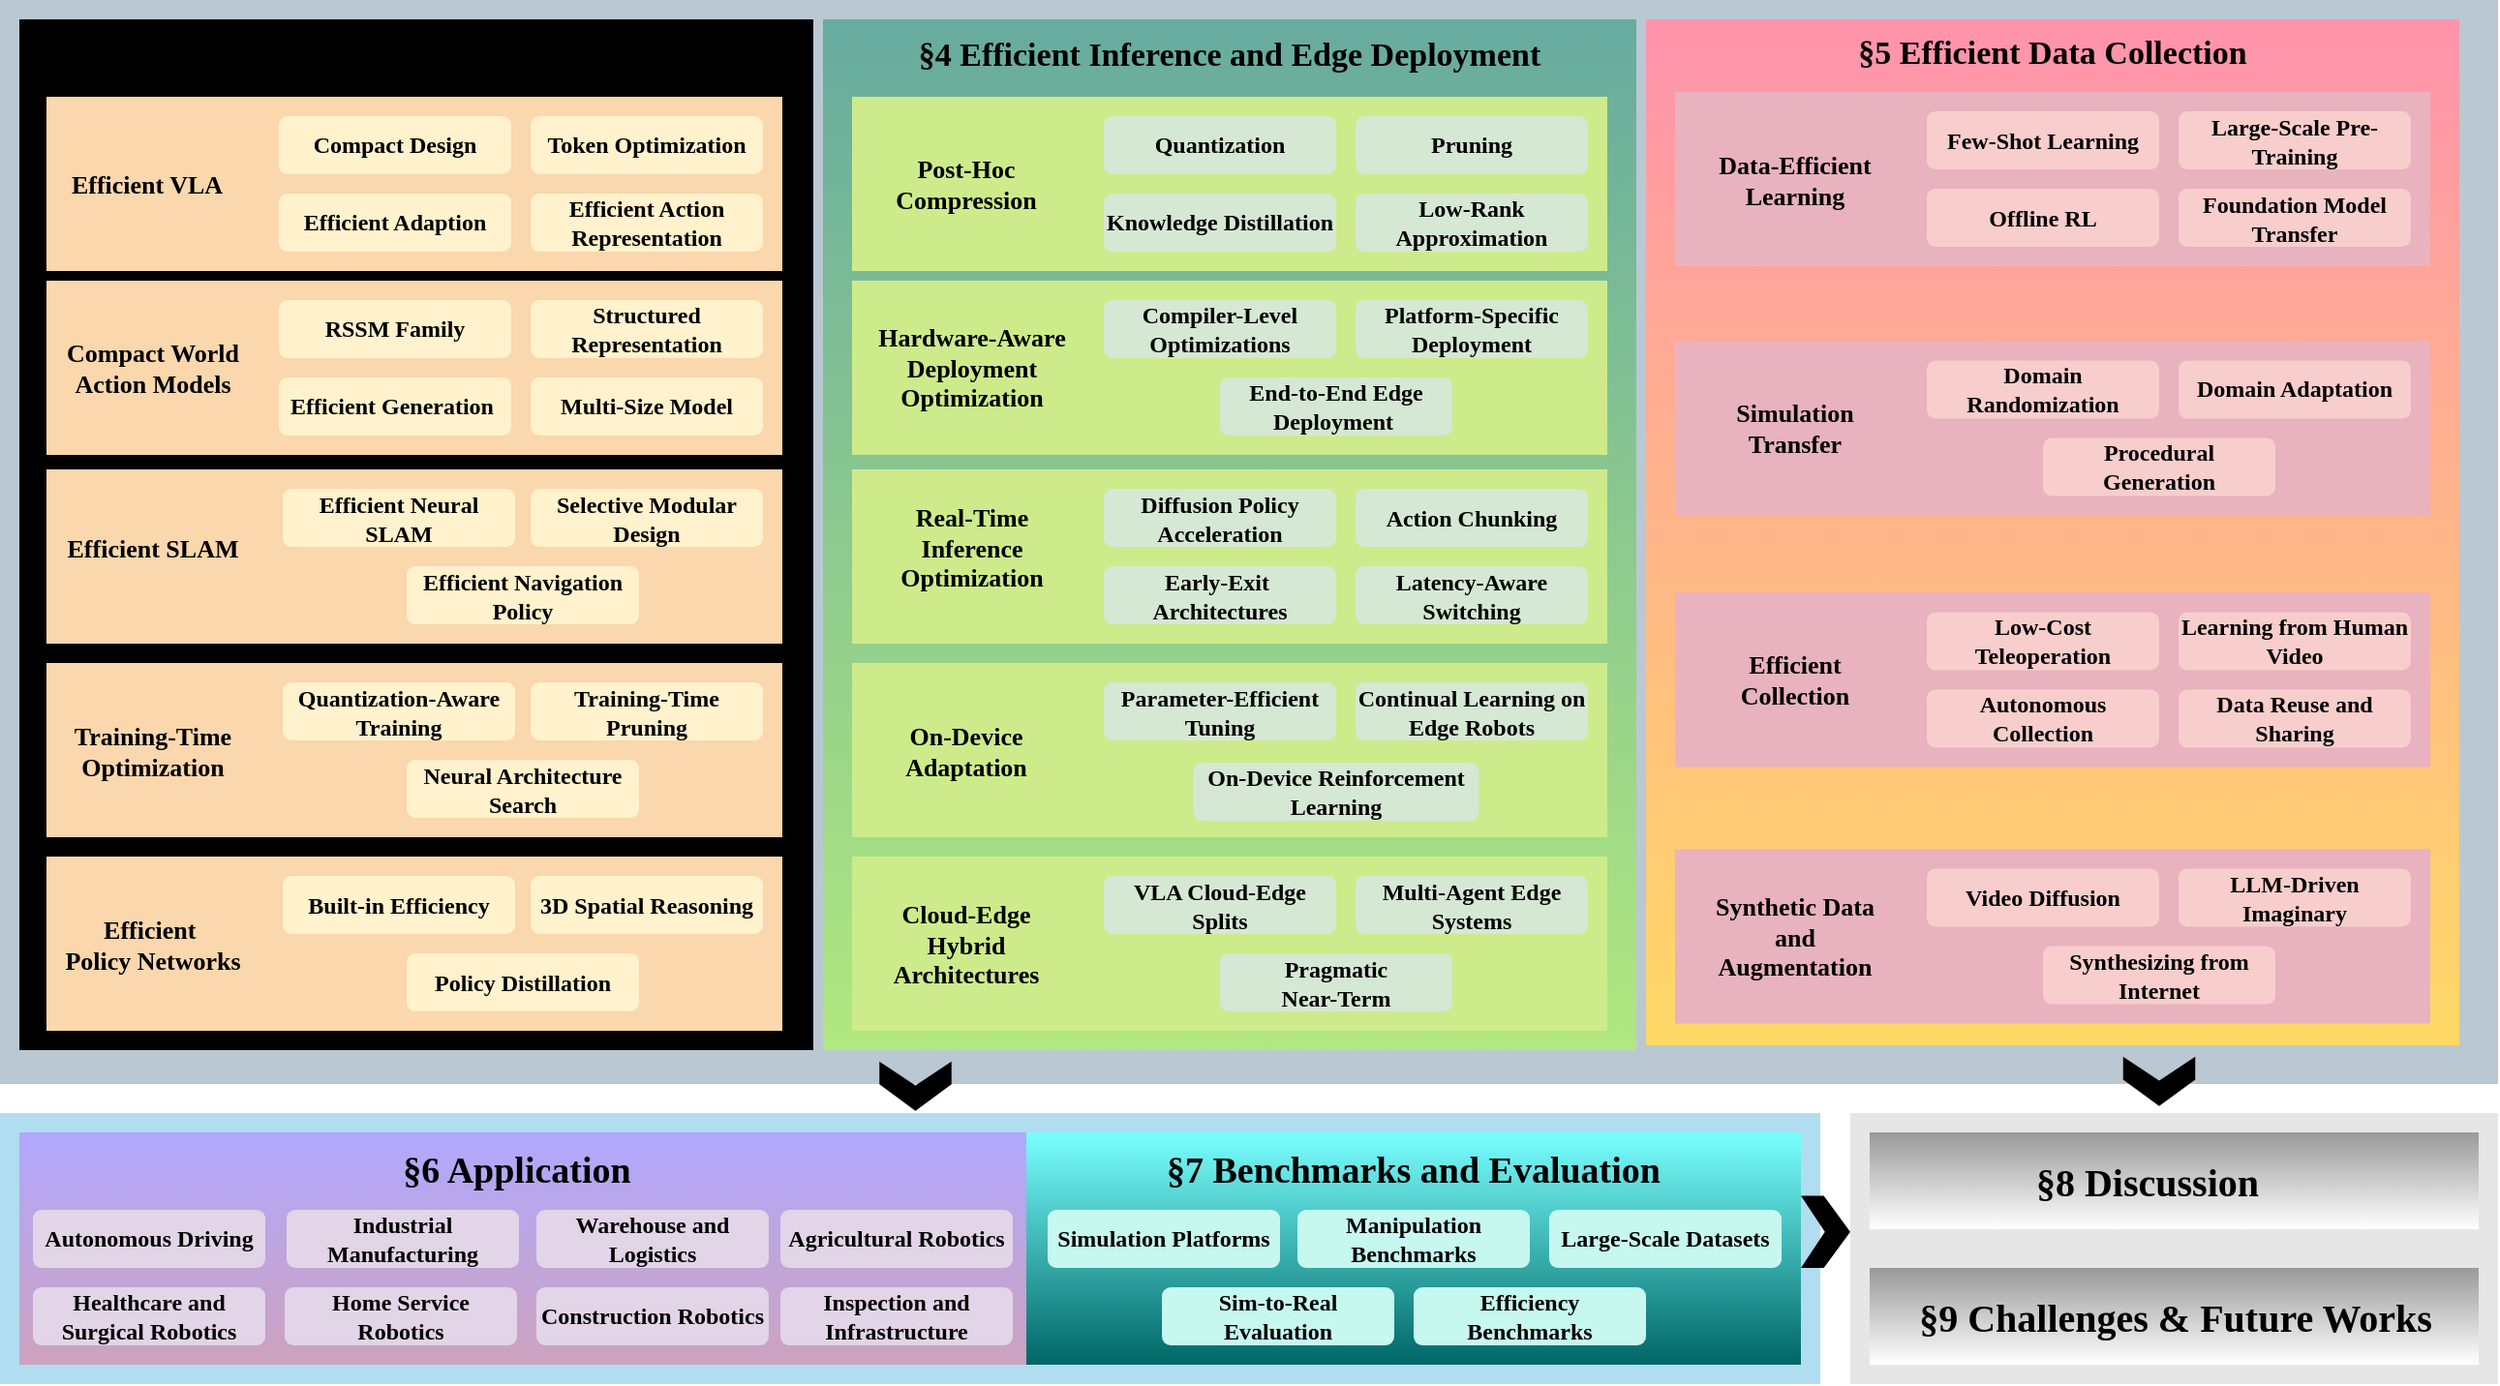
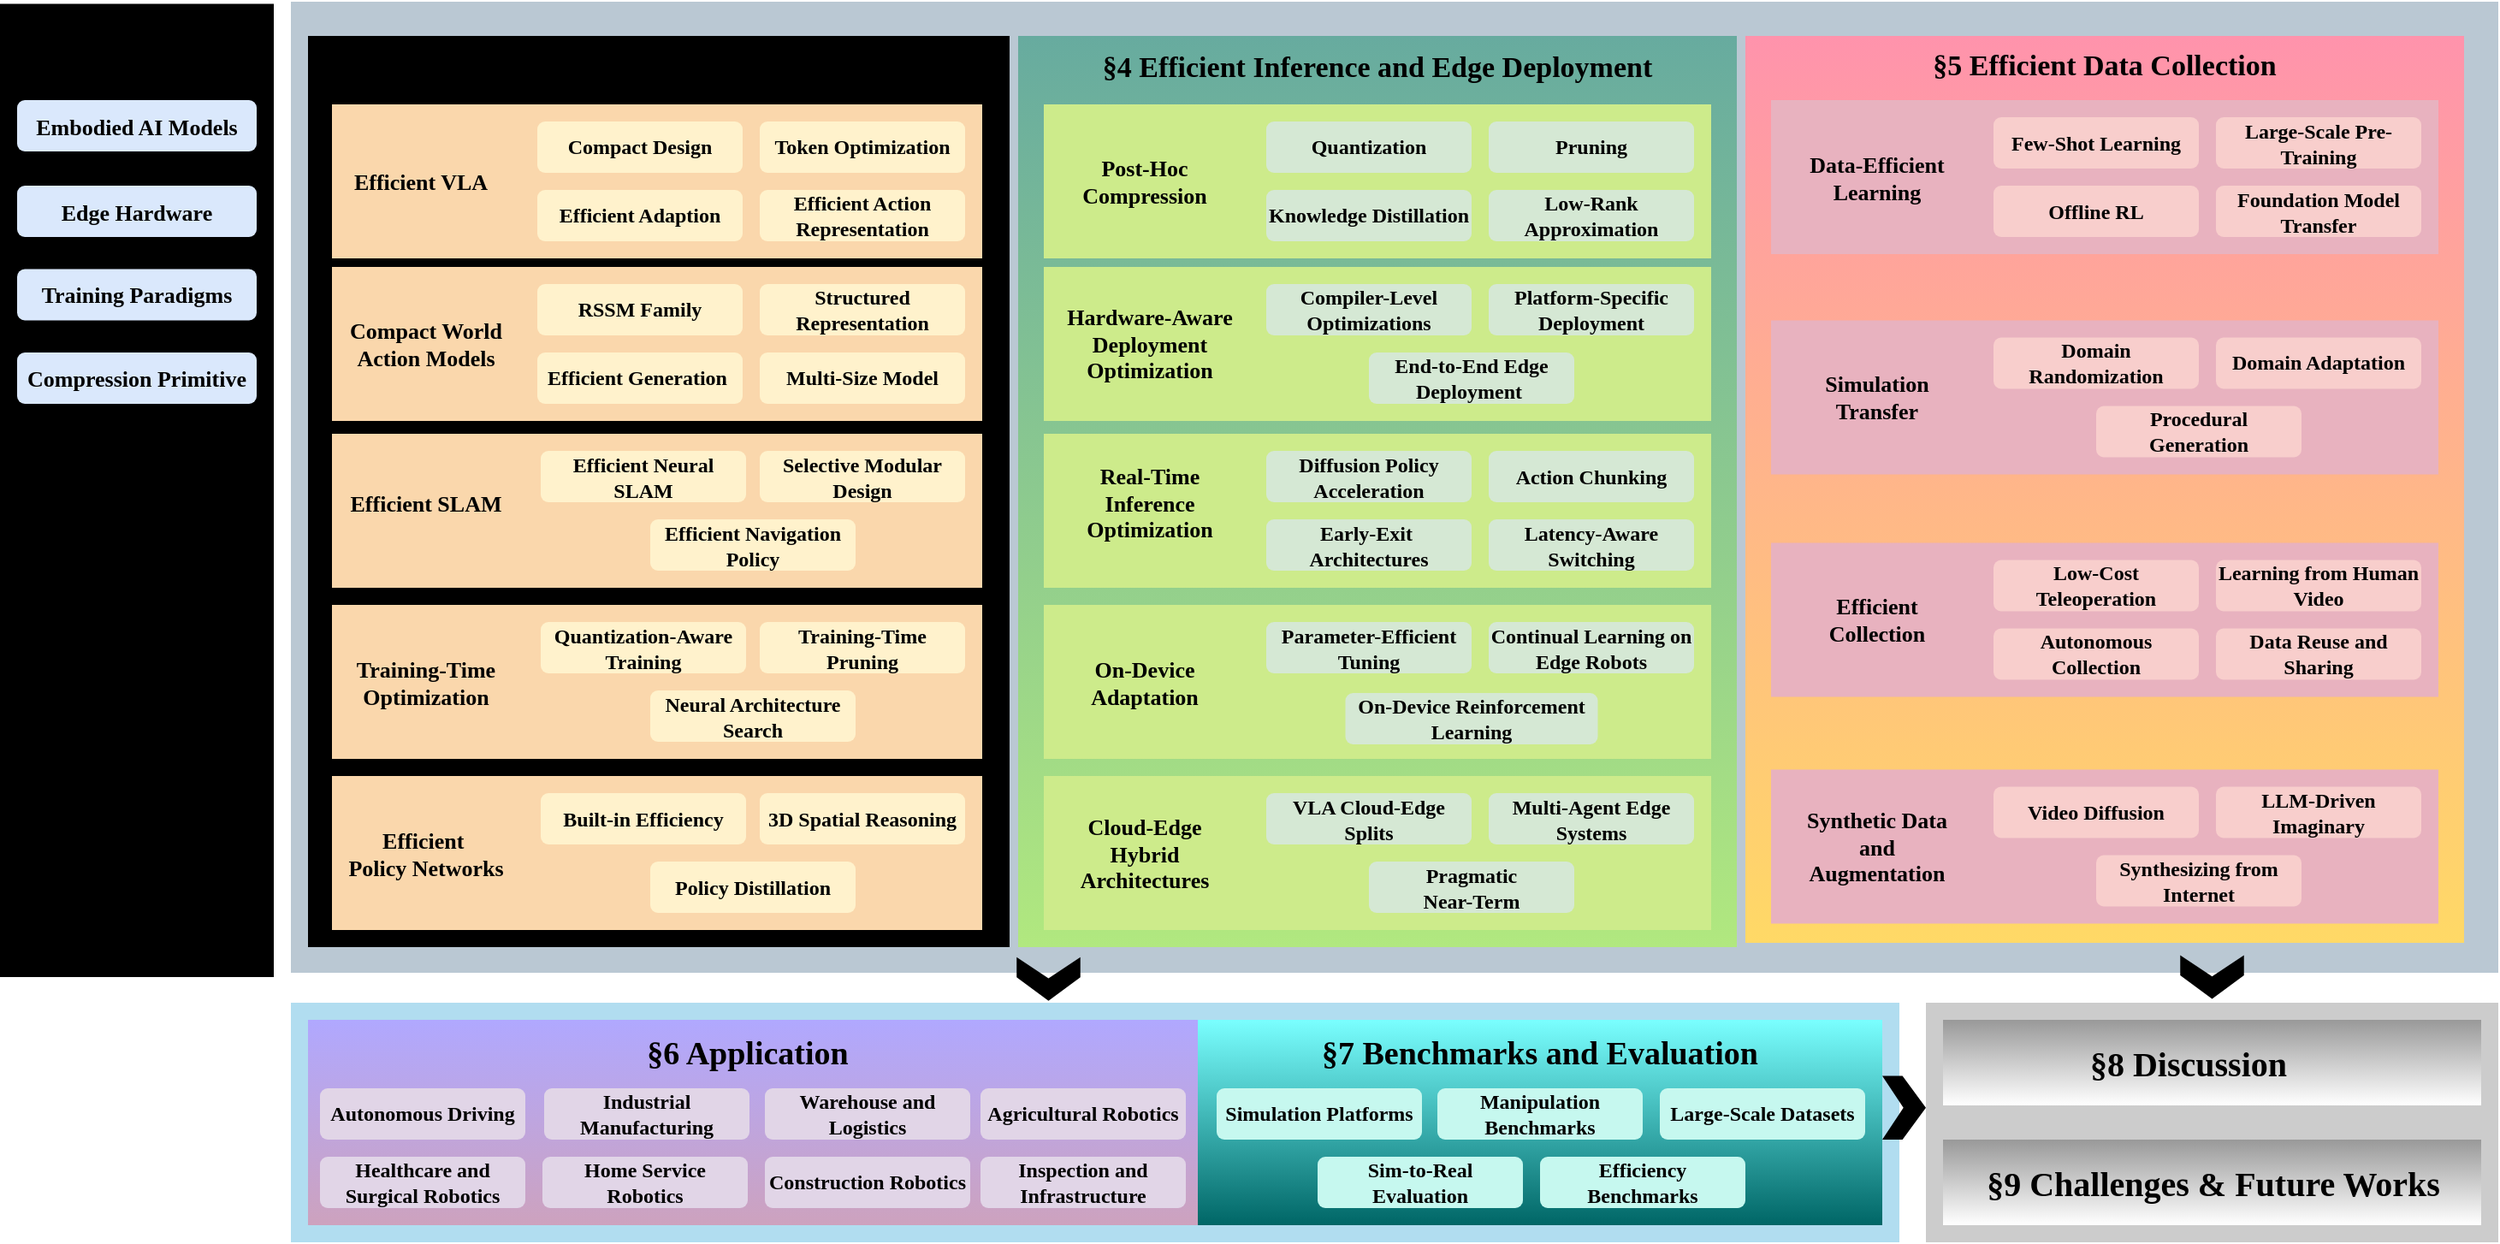
<mxfile host="app.diagrams.net">
  <diagram name="第 1 页" id="xv9Lnx2gyYwYQaEzt8dN">
-     <mxGraphModel dx="3199" dy="1212" grid="1" gridSize="10" guides="1" tooltips="1" connect="1" arrows="1" fold="1" page="1" pageScale="1" pageWidth="827" pageHeight="1169" math="0" shadow="0">
+     <mxGraphModel dx="3030" dy="1126" grid="1" gridSize="10" guides="1" tooltips="1" connect="1" arrows="1" fold="1" page="1" pageScale="1" pageWidth="827" pageHeight="1169" math="0" shadow="0">
      <root>
        <mxCell id="0" />
        <mxCell id="1" parent="0" />
-         <mxCell id="HWx69ffex-x17Lno-qGl-256" parent="1" style="rounded=0;whiteSpace=wrap;html=1;strokeColor=none;strokeWidth=3;align=center;verticalAlign=middle;fontFamily=Helvetica;fontSize=12;fillColor=#E6E6E6;dashed=1;gradientColor=none;" value="" vertex="1">
+         <mxCell id="HWx69ffex-x17Lno-qGl-256" parent="1" style="rounded=0;whiteSpace=wrap;html=1;strokeColor=none;strokeWidth=3;align=center;verticalAlign=middle;fontFamily=Helvetica;fontSize=12;fillColor=#CCCCCC;dashed=1;" value="" vertex="1">
          <mxGeometry height="140" width="334.5" x="805.5" y="765" as="geometry" />
        </mxCell>
        <mxCell id="HWx69ffex-x17Lno-qGl-253" parent="1" style="rounded=0;whiteSpace=wrap;html=1;strokeWidth=3;align=center;verticalAlign=middle;fontFamily=Helvetica;fontSize=12;dashed=1;fillColor=#b1ddf0;strokeColor=none;" value="" vertex="1">
          <mxGeometry height="140" width="940" x="-150" y="765" as="geometry" />
        </mxCell>
        <mxCell id="HWx69ffex-x17Lno-qGl-250" parent="1" style="rounded=0;whiteSpace=wrap;html=1;strokeColor=none;strokeWidth=3;align=center;verticalAlign=middle;fontFamily=Helvetica;fontSize=12;fillColor=#bac8d3;dashed=1;" value="" vertex="1">
-           <mxGeometry height="560" width="1290" x="-150" y="190" as="geometry" />
+           <mxGeometry height="567.5" width="1290" x="-150" y="180" as="geometry" />
        </mxCell>
        <mxCell id="HWx69ffex-x17Lno-qGl-84" parent="1" style="rounded=0;whiteSpace=wrap;html=1;strokeWidth=4;container=0;fillColor=#999999;gradientColor=#FFFFFF;strokeColor=none;" value="" vertex="1">
          <mxGeometry height="50" width="314.5" x="815.5" y="775" as="geometry" />
        </mxCell>
        <mxCell id="HWx69ffex-x17Lno-qGl-78" parent="1" style="rounded=0;whiteSpace=wrap;html=1;strokeWidth=4;container=0;fillColor=#7AFFFF;gradientColor=#006666;strokeColor=none;" value="" vertex="1">
          <mxGeometry height="120" width="400" x="380" y="775" as="geometry" />
        </mxCell>
        <mxCell id="HWx69ffex-x17Lno-qGl-71" parent="1" style="rounded=0;whiteSpace=wrap;html=1;strokeWidth=4;container=0;fillColor=#B0A8FF;gradientColor=#CDA2BE;strokeColor=none;" value="" vertex="1">
          <mxGeometry height="120" width="520" x="-140" y="775" as="geometry" />
        </mxCell>
        <mxCell id="HWx69ffex-x17Lno-qGl-58" parent="1" style="rounded=0;whiteSpace=wrap;html=1;strokeWidth=4;container=0;fillColor=#FF93AC;gradientColor=#FFD966;strokeColor=none;" value="" vertex="1">
          <mxGeometry height="530" width="420" x="700" y="200" as="geometry" />
        </mxCell>
        <mxCell id="HWx69ffex-x17Lno-qGl-20" parent="1" style="rounded=0;whiteSpace=wrap;html=1;strokeWidth=4;container=0;fillColor=#67AB9F;gradientColor=#B1E87F;strokeColor=none;" value="" vertex="1">
          <mxGeometry height="532.5" width="420" x="275" y="200" as="geometry" />
        </mxCell>
        <mxCell id="mN9CjeCU7Y2PogCVv73L-14" parent="1" style="text;html=1;whiteSpace=wrap;strokeColor=none;fillColor=none;align=center;verticalAlign=middle;rounded=0;" value="&lt;font style=&quot;font-size: 19px;&quot; face=&quot;Comic Sans MS&quot;&gt;&lt;b style=&quot;&quot;&gt;§6 Application&lt;/b&gt;&lt;/font&gt;" vertex="1">
          <mxGeometry height="20" width="260" x="-13" y="785" as="geometry" />
        </mxCell>
        <mxCell id="mN9CjeCU7Y2PogCVv73L-15" parent="1" style="text;html=1;whiteSpace=wrap;strokeColor=none;fillColor=none;align=center;verticalAlign=middle;rounded=0;" value="&lt;font style=&quot;font-size: 19px;&quot; face=&quot;Comic Sans MS&quot;&gt;&lt;b style=&quot;&quot;&gt;§7 Benchmarks and Evaluation&lt;/b&gt;&lt;/font&gt;" vertex="1">
          <mxGeometry height="20" width="300" x="430" y="785" as="geometry" />
        </mxCell>
        <mxCell id="mN9CjeCU7Y2PogCVv73L-17" parent="1" style="text;html=1;whiteSpace=wrap;strokeColor=none;fillColor=none;align=center;verticalAlign=middle;rounded=0;" value="&lt;font style=&quot;font-size: 20px;&quot; face=&quot;Comic Sans MS&quot;&gt;&lt;b style=&quot;&quot;&gt;§8 Discussion&lt;/b&gt;&lt;/font&gt;" vertex="1">
          <mxGeometry height="20" width="260" x="829" y="790" as="geometry" />
        </mxCell>
        <mxCell id="P4z1W6zyqtdSm3awDH87-90" parent="1" style="rounded=0;whiteSpace=wrap;html=1;strokeWidth=3;fillColor=#cdeb8b;strokeColor=none;" value="" vertex="1">
          <mxGeometry height="90" width="390" x="290" y="240" as="geometry" />
        </mxCell>
        <mxCell id="P4z1W6zyqtdSm3awDH87-91" edge="1" parent="1" style="endArrow=none;html=1;rounded=0;strokeWidth=3;entryX=0.289;entryY=0.995;entryDx=0;entryDy=0;entryPerimeter=0;strokeColor=none;" value="">
          <mxGeometry height="50" relative="1" width="50" as="geometry">
            <mxPoint x="410.17999999999995" y="240.45" as="sourcePoint" />
            <mxPoint x="409.9999999999999" y="330.00000000000006" as="targetPoint" />
          </mxGeometry>
        </mxCell>
        <mxCell id="P4z1W6zyqtdSm3awDH87-11" parent="1" style="rounded=0;whiteSpace=wrap;html=1;strokeWidth=4;container=0;fillColor=light-dark(#e0ae0b, #6a3f00);gradientColor=light-dark(#EA6B66,#B07303);strokeColor=none;" value="" vertex="1">
          <mxGeometry height="532.5" width="410" x="-140" y="200" as="geometry" />
        </mxCell>
        <mxCell id="P4z1W6zyqtdSm3awDH87-29" parent="1" style="rounded=0;whiteSpace=wrap;html=1;strokeWidth=3;container=0;fillColor=#fad7ac;strokeColor=none;" value="" vertex="1">
          <mxGeometry height="90" width="380" x="-126" y="240" as="geometry" />
        </mxCell>
        <mxCell id="mN9CjeCU7Y2PogCVv73L-10" parent="1" style="text;html=1;whiteSpace=wrap;strokeColor=none;fillColor=none;align=center;verticalAlign=middle;rounded=0;container=0;" value="&lt;font style=&quot;font-size: 17px;&quot; face=&quot;Comic Sans MS&quot;&gt;&lt;b style=&quot;&quot;&gt;§3 Efficient Model Design&lt;/b&gt;&lt;/font&gt;" vertex="1">
          <mxGeometry height="20" width="240" x="-50" y="210" as="geometry" />
        </mxCell>
        <mxCell id="mN9CjeCU7Y2PogCVv73L-22" parent="1" style="rounded=1;whiteSpace=wrap;html=1;strokeWidth=2;container=0;fillColor=#fff2cc;strokeColor=none;" value="&lt;b&gt;&lt;font face=&quot;Comic Sans MS&quot;&gt;Compact Design&lt;/font&gt;&lt;/b&gt;" vertex="1">
          <mxGeometry height="30" width="120" x="-6" y="250" as="geometry" />
        </mxCell>
        <mxCell id="mN9CjeCU7Y2PogCVv73L-23" parent="1" style="rounded=1;whiteSpace=wrap;html=1;strokeWidth=2;container=0;fillColor=#fff2cc;strokeColor=none;" value="&lt;b&gt;&lt;font face=&quot;Comic Sans MS&quot;&gt;Efficient Adaption&lt;/font&gt;&lt;/b&gt;" vertex="1">
          <mxGeometry height="30" width="120" x="-6" y="290" as="geometry" />
        </mxCell>
        <mxCell id="mN9CjeCU7Y2PogCVv73L-24" parent="1" style="rounded=1;whiteSpace=wrap;html=1;strokeWidth=2;container=0;fillColor=#fff2cc;strokeColor=none;" value="&lt;font face=&quot;Comic Sans MS&quot;&gt;&lt;b&gt;Efficient Action Representation&lt;/b&gt;&lt;/font&gt;" vertex="1">
          <mxGeometry height="30" width="120" x="124" y="290" as="geometry" />
        </mxCell>
        <mxCell id="mN9CjeCU7Y2PogCVv73L-26" parent="1" style="rounded=1;whiteSpace=wrap;html=1;strokeWidth=2;container=0;fillColor=#fff2cc;strokeColor=none;" value="&lt;b&gt;&lt;font face=&quot;Comic Sans MS&quot;&gt;Token Optimization&lt;/font&gt;&lt;/b&gt;" vertex="1">
          <mxGeometry height="30" width="120" x="124" y="250" as="geometry" />
        </mxCell>
        <mxCell id="P4z1W6zyqtdSm3awDH87-30" parent="1" style="text;html=1;whiteSpace=wrap;strokeColor=none;fillColor=none;align=center;verticalAlign=middle;rounded=0;container=0;" value="&lt;b style=&quot;font-size: 13px;&quot;&gt;&lt;font face=&quot;Comic Sans MS&quot;&gt;Efficient VLA&lt;/font&gt;&lt;/b&gt;" vertex="1">
          <mxGeometry height="20" width="104" x="-126" y="275" as="geometry" />
        </mxCell>
        <mxCell id="P4z1W6zyqtdSm3awDH87-31" edge="1" parent="1" style="endArrow=none;html=1;rounded=0;strokeWidth=3;entryX=0.289;entryY=0.995;entryDx=0;entryDy=0;entryPerimeter=0;strokeColor=none;" target="P4z1W6zyqtdSm3awDH87-29" value="">
          <mxGeometry height="50" relative="1" width="50" as="geometry">
            <mxPoint x="-16" y="240" as="sourcePoint" />
            <mxPoint x="-16" y="280" as="targetPoint" />
          </mxGeometry>
        </mxCell>
        <mxCell id="P4z1W6zyqtdSm3awDH87-32" parent="1" style="rounded=0;whiteSpace=wrap;html=1;strokeWidth=3;container=0;fillColor=#fad7ac;strokeColor=none;" value="" vertex="1">
          <mxGeometry height="90" width="380" x="-126" y="335" as="geometry" />
        </mxCell>
        <mxCell id="P4z1W6zyqtdSm3awDH87-33" edge="1" parent="1" style="endArrow=none;html=1;rounded=0;strokeWidth=3;entryX=0.289;entryY=0.995;entryDx=0;entryDy=0;entryPerimeter=0;strokeColor=none;" target="P4z1W6zyqtdSm3awDH87-32" value="">
          <mxGeometry height="50" relative="1" width="50" as="geometry">
            <mxPoint x="-16" y="335" as="sourcePoint" />
            <mxPoint x="-16" y="375" as="targetPoint" />
          </mxGeometry>
        </mxCell>
        <mxCell id="P4z1W6zyqtdSm3awDH87-34" parent="1" style="text;html=1;whiteSpace=wrap;strokeColor=none;fillColor=none;align=center;verticalAlign=middle;rounded=0;container=0;" value="&lt;b style=&quot;font-size: 13px;&quot;&gt;&lt;font face=&quot;Comic Sans MS&quot;&gt;Compact World Action Models&lt;/font&gt;&lt;/b&gt;" vertex="1">
          <mxGeometry height="20" width="114" x="-128" y="370" as="geometry" />
        </mxCell>
        <mxCell id="mN9CjeCU7Y2PogCVv73L-30" parent="1" style="rounded=1;whiteSpace=wrap;html=1;strokeWidth=2;container=0;fillColor=#fff2cc;strokeColor=none;" value="&lt;b&gt;&lt;font face=&quot;Comic Sans MS&quot;&gt;RSSM Family&lt;/font&gt;&lt;/b&gt;" vertex="1">
          <mxGeometry height="30" width="120" x="-6" y="345" as="geometry" />
        </mxCell>
        <mxCell id="mN9CjeCU7Y2PogCVv73L-32" parent="1" style="rounded=1;whiteSpace=wrap;html=1;strokeWidth=2;container=0;fillColor=#fff2cc;strokeColor=none;" value="&lt;font face=&quot;Comic Sans MS&quot;&gt;&lt;b&gt;Efficient Generation&amp;nbsp;&lt;/b&gt;&lt;/font&gt;" vertex="1">
          <mxGeometry height="30" width="120" x="-6" y="385" as="geometry" />
        </mxCell>
        <mxCell id="mN9CjeCU7Y2PogCVv73L-33" parent="1" style="rounded=1;whiteSpace=wrap;html=1;strokeWidth=2;container=0;fillColor=#fff2cc;strokeColor=none;" value="&lt;b&gt;&lt;font face=&quot;Comic Sans MS&quot;&gt;Structured Representation&lt;/font&gt;&lt;/b&gt;" vertex="1">
          <mxGeometry height="30" width="120" x="124" y="345" as="geometry" />
        </mxCell>
        <mxCell id="P4z1W6zyqtdSm3awDH87-36" parent="1" style="rounded=1;whiteSpace=wrap;html=1;strokeWidth=2;container=0;fillColor=#fff2cc;strokeColor=none;" value="&lt;b&gt;&lt;font face=&quot;Comic Sans MS&quot;&gt;Multi-Size Model&lt;/font&gt;&lt;/b&gt;" vertex="1">
          <mxGeometry height="30" width="120" x="124" y="385" as="geometry" />
        </mxCell>
        <mxCell id="P4z1W6zyqtdSm3awDH87-37" parent="1" style="rounded=0;whiteSpace=wrap;html=1;strokeWidth=3;container=0;fillColor=#fad7ac;strokeColor=none;" value="" vertex="1">
          <mxGeometry height="90" width="380" x="-126" y="432.5" as="geometry" />
        </mxCell>
        <mxCell id="P4z1W6zyqtdSm3awDH87-38" edge="1" parent="1" style="endArrow=none;html=1;rounded=0;strokeWidth=3;entryX=0.289;entryY=0.995;entryDx=0;entryDy=0;entryPerimeter=0;strokeColor=none;" target="P4z1W6zyqtdSm3awDH87-37" value="">
          <mxGeometry height="50" relative="1" width="50" as="geometry">
            <mxPoint x="-16" y="432.5" as="sourcePoint" />
            <mxPoint x="-16" y="472.5" as="targetPoint" />
          </mxGeometry>
        </mxCell>
        <mxCell id="P4z1W6zyqtdSm3awDH87-44" parent="1" style="text;html=1;whiteSpace=wrap;strokeColor=none;fillColor=none;align=center;verticalAlign=middle;rounded=0;container=0;" value="&lt;b style=&quot;font-size: 13px;&quot;&gt;&lt;font face=&quot;Comic Sans MS&quot;&gt;Efficient SLAM&lt;/font&gt;&lt;/b&gt;" vertex="1">
          <mxGeometry height="20" width="114" x="-128" y="462.5" as="geometry" />
        </mxCell>
        <mxCell id="P4z1W6zyqtdSm3awDH87-19" parent="1" style="rounded=1;whiteSpace=wrap;html=1;strokeWidth=2;container=0;fillColor=#fff2cc;strokeColor=none;" value="&lt;b&gt;&lt;font face=&quot;Comic Sans MS&quot;&gt;Efficient Neural SLAM&lt;/font&gt;&lt;/b&gt;" vertex="1">
          <mxGeometry height="30" width="120" x="-4" y="442.5" as="geometry" />
        </mxCell>
        <mxCell id="P4z1W6zyqtdSm3awDH87-20" parent="1" style="rounded=1;whiteSpace=wrap;html=1;strokeWidth=2;container=0;fillColor=#fff2cc;strokeColor=none;" value="&lt;font face=&quot;Comic Sans MS&quot;&gt;&lt;b&gt;Selective Modular Design&lt;/b&gt;&lt;/font&gt;" vertex="1">
          <mxGeometry height="30" width="120" x="124" y="442.5" as="geometry" />
        </mxCell>
        <mxCell id="P4z1W6zyqtdSm3awDH87-21" parent="1" style="rounded=1;whiteSpace=wrap;html=1;strokeWidth=2;container=0;fillColor=#fff2cc;strokeColor=none;" value="&lt;font face=&quot;Comic Sans MS&quot;&gt;&lt;b&gt;Efficient Navigation Policy&lt;/b&gt;&lt;/font&gt;" vertex="1">
          <mxGeometry height="30" width="120" x="60" y="482.5" as="geometry" />
        </mxCell>
        <mxCell id="P4z1W6zyqtdSm3awDH87-45" parent="1" style="rounded=0;whiteSpace=wrap;html=1;strokeWidth=3;container=0;fillColor=#fad7ac;strokeColor=none;" value="" vertex="1">
          <mxGeometry height="90" width="380" x="-126" y="632.5" as="geometry" />
        </mxCell>
        <mxCell id="P4z1W6zyqtdSm3awDH87-46" edge="1" parent="1" style="endArrow=none;html=1;rounded=0;strokeWidth=3;entryX=0.289;entryY=0.995;entryDx=0;entryDy=0;entryPerimeter=0;strokeColor=none;" target="P4z1W6zyqtdSm3awDH87-45" value="">
          <mxGeometry height="50" relative="1" width="50" as="geometry">
            <mxPoint x="-16" y="632.5" as="sourcePoint" />
            <mxPoint x="-16" y="672.5" as="targetPoint" />
          </mxGeometry>
        </mxCell>
        <mxCell id="P4z1W6zyqtdSm3awDH87-47" parent="1" style="rounded=0;whiteSpace=wrap;html=1;strokeWidth=3;container=0;fillColor=#fad7ac;strokeColor=none;" value="" vertex="1">
          <mxGeometry height="90" width="380" x="-126" y="532.5" as="geometry" />
        </mxCell>
        <mxCell id="P4z1W6zyqtdSm3awDH87-48" edge="1" parent="1" style="endArrow=none;html=1;rounded=0;strokeWidth=3;entryX=0.289;entryY=0.995;entryDx=0;entryDy=0;entryPerimeter=0;strokeColor=none;" target="P4z1W6zyqtdSm3awDH87-47" value="">
          <mxGeometry height="50" relative="1" width="50" as="geometry">
            <mxPoint x="-16" y="532.5" as="sourcePoint" />
            <mxPoint x="-16" y="572.5" as="targetPoint" />
          </mxGeometry>
        </mxCell>
        <mxCell id="P4z1W6zyqtdSm3awDH87-25" parent="1" style="rounded=1;whiteSpace=wrap;html=1;strokeWidth=2;container=0;fillColor=#fff2cc;strokeColor=none;" value="&lt;font face=&quot;Comic Sans MS&quot;&gt;&lt;b&gt;Quantization-Aware Training&lt;/b&gt;&lt;/font&gt;" vertex="1">
          <mxGeometry height="30" width="120" x="-4" y="542.5" as="geometry" />
        </mxCell>
        <mxCell id="P4z1W6zyqtdSm3awDH87-26" parent="1" style="rounded=1;whiteSpace=wrap;html=1;strokeWidth=2;container=0;fillColor=#fff2cc;strokeColor=none;" value="&lt;font face=&quot;Comic Sans MS&quot;&gt;&lt;b&gt;Neural Architecture Search&lt;/b&gt;&lt;/font&gt;" vertex="1">
          <mxGeometry height="30" width="120" x="60" y="582.5" as="geometry" />
        </mxCell>
        <mxCell id="P4z1W6zyqtdSm3awDH87-27" parent="1" style="rounded=1;whiteSpace=wrap;html=1;strokeWidth=2;container=0;fillColor=#fff2cc;strokeColor=none;" value="&lt;font face=&quot;Comic Sans MS&quot;&gt;&lt;b&gt;Training-Time Pruning&lt;/b&gt;&lt;/font&gt;" vertex="1">
          <mxGeometry height="30" width="120" x="124" y="542.5" as="geometry" />
        </mxCell>
        <mxCell id="P4z1W6zyqtdSm3awDH87-4" parent="1" style="rounded=1;whiteSpace=wrap;html=1;strokeWidth=2;container=0;fillColor=#fff2cc;strokeColor=none;" value="&lt;b&gt;&lt;font face=&quot;Comic Sans MS&quot;&gt;3D Spatial Reasoning&lt;/font&gt;&lt;/b&gt;" vertex="1">
          <mxGeometry height="30" width="120" x="124" y="642.5" as="geometry" />
        </mxCell>
        <mxCell id="P4z1W6zyqtdSm3awDH87-6" parent="1" style="rounded=1;whiteSpace=wrap;html=1;strokeWidth=2;container=0;fillColor=#fff2cc;strokeColor=none;" value="&lt;font face=&quot;Comic Sans MS&quot;&gt;&lt;b&gt;Policy Distillation&lt;/b&gt;&lt;/font&gt;" vertex="1">
          <mxGeometry height="30" width="120" x="60" y="682.5" as="geometry" />
        </mxCell>
        <mxCell id="P4z1W6zyqtdSm3awDH87-7" parent="1" style="rounded=1;whiteSpace=wrap;html=1;strokeWidth=2;container=0;fillColor=#fff2cc;strokeColor=none;" value="&lt;font face=&quot;Comic Sans MS&quot;&gt;&lt;b&gt;Built-in Efficiency&lt;/b&gt;&lt;/font&gt;" vertex="1">
          <mxGeometry height="30" width="120" x="-4" y="642.5" as="geometry" />
        </mxCell>
        <mxCell id="P4z1W6zyqtdSm3awDH87-49" parent="1" style="text;html=1;whiteSpace=wrap;strokeColor=none;fillColor=none;align=center;verticalAlign=middle;rounded=0;container=0;" value="&lt;b style=&quot;font-size: 13px;&quot;&gt;&lt;font face=&quot;Comic Sans MS&quot;&gt;Training-Time Optimization&lt;/font&gt;&lt;/b&gt;" vertex="1">
          <mxGeometry height="20" width="114" x="-128" y="567.5" as="geometry" />
        </mxCell>
        <mxCell id="P4z1W6zyqtdSm3awDH87-50" parent="1" style="text;html=1;whiteSpace=wrap;strokeColor=none;fillColor=none;align=center;verticalAlign=middle;rounded=0;container=0;" value="&lt;b style=&quot;font-size: 13px;&quot;&gt;&lt;font face=&quot;Comic Sans MS&quot;&gt;Efficient&amp;nbsp;&lt;/font&gt;&lt;/b&gt;&lt;div&gt;&lt;b style=&quot;font-size: 13px;&quot;&gt;&lt;font face=&quot;Comic Sans MS&quot;&gt;Policy Networks&lt;/font&gt;&lt;/b&gt;&lt;/div&gt;" vertex="1">
          <mxGeometry height="20" width="114" x="-128" y="667.5" as="geometry" />
        </mxCell>
        <mxCell id="P4z1W6zyqtdSm3awDH87-92" parent="1" style="text;html=1;whiteSpace=wrap;strokeColor=none;fillColor=none;align=center;verticalAlign=middle;rounded=0;container=0;" value="&lt;b style=&quot;font-size: 13px;&quot;&gt;&lt;font face=&quot;Comic Sans MS&quot;&gt;Post-Hoc Compression&lt;/font&gt;&lt;/b&gt;" vertex="1">
          <mxGeometry height="20" width="104" x="297" y="275" as="geometry" />
        </mxCell>
        <mxCell id="P4z1W6zyqtdSm3awDH87-93" parent="1" style="rounded=1;whiteSpace=wrap;html=1;strokeWidth=2;container=0;fillColor=#d5e8d4;strokeColor=none;" value="&lt;b&gt;&lt;font face=&quot;Comic Sans MS&quot;&gt;Quantization&lt;/font&gt;&lt;/b&gt;" vertex="1">
          <mxGeometry height="30" width="120" x="420" y="250" as="geometry" />
        </mxCell>
        <mxCell id="P4z1W6zyqtdSm3awDH87-94" parent="1" style="rounded=1;whiteSpace=wrap;html=1;strokeWidth=2;container=0;fillColor=#d5e8d4;strokeColor=none;" value="&lt;b&gt;&lt;font face=&quot;Comic Sans MS&quot;&gt;Pruning&lt;/font&gt;&lt;/b&gt;" vertex="1">
          <mxGeometry height="30" width="120" x="550" y="250" as="geometry" />
        </mxCell>
        <mxCell id="P4z1W6zyqtdSm3awDH87-95" parent="1" style="rounded=1;whiteSpace=wrap;html=1;strokeWidth=2;container=0;fillColor=#d5e8d4;strokeColor=none;" value="&lt;font face=&quot;Comic Sans MS&quot;&gt;&lt;b&gt;Knowledge Distillation&lt;/b&gt;&lt;/font&gt;" vertex="1">
          <mxGeometry height="30" width="120" x="420" y="290" as="geometry" />
        </mxCell>
        <mxCell id="P4z1W6zyqtdSm3awDH87-96" parent="1" style="rounded=1;whiteSpace=wrap;html=1;strokeWidth=2;container=0;fillColor=#d5e8d4;strokeColor=none;" value="&lt;font face=&quot;Comic Sans MS&quot;&gt;&lt;b&gt;Low-Rank Approximation&lt;/b&gt;&lt;/font&gt;" vertex="1">
          <mxGeometry height="30" width="120" x="550" y="290" as="geometry" />
        </mxCell>
        <mxCell id="P4z1W6zyqtdSm3awDH87-97" parent="1" style="rounded=0;whiteSpace=wrap;html=1;strokeWidth=3;fillColor=#cdeb8b;strokeColor=none;" value="" vertex="1">
          <mxGeometry height="90" width="390" x="290" y="335" as="geometry" />
        </mxCell>
        <mxCell id="P4z1W6zyqtdSm3awDH87-99" parent="1" style="rounded=0;whiteSpace=wrap;html=1;strokeWidth=3;fillColor=#cdeb8b;strokeColor=none;" value="" vertex="1">
          <mxGeometry height="90" width="390" x="290" y="432.5" as="geometry" />
        </mxCell>
        <mxCell id="P4z1W6zyqtdSm3awDH87-101" parent="1" style="rounded=0;whiteSpace=wrap;html=1;strokeWidth=3;fillColor=#cdeb8b;strokeColor=none;" value="" vertex="1">
          <mxGeometry height="90" width="390" x="290" y="532.5" as="geometry" />
        </mxCell>
        <mxCell id="P4z1W6zyqtdSm3awDH87-103" parent="1" style="rounded=0;whiteSpace=wrap;html=1;strokeWidth=3;fillColor=#cdeb8b;strokeColor=none;" value="" vertex="1">
          <mxGeometry height="90" width="390" x="290" y="632.5" as="geometry" />
        </mxCell>
        <mxCell id="P4z1W6zyqtdSm3awDH87-105" parent="1" style="text;html=1;whiteSpace=wrap;strokeColor=none;fillColor=none;align=center;verticalAlign=middle;rounded=0;container=0;" value="&lt;font face=&quot;Comic Sans MS&quot;&gt;&lt;span style=&quot;font-size: 13px;&quot;&gt;&lt;b&gt;Hardware-Aware Deployment Optimization&lt;/b&gt;&lt;/span&gt;&lt;/font&gt;" vertex="1">
          <mxGeometry height="20" width="110" x="297" y="370" as="geometry" />
        </mxCell>
        <mxCell id="P4z1W6zyqtdSm3awDH87-106" edge="1" parent="1" style="endArrow=none;html=1;rounded=0;strokeWidth=3;entryX=0.289;entryY=0.995;entryDx=0;entryDy=0;entryPerimeter=0;strokeColor=none;" value="">
          <mxGeometry height="50" relative="1" width="50" as="geometry">
            <mxPoint x="410.18000000000006" y="335" as="sourcePoint" />
            <mxPoint x="410" y="424.55000000000007" as="targetPoint" />
          </mxGeometry>
        </mxCell>
        <mxCell id="P4z1W6zyqtdSm3awDH87-107" edge="1" parent="1" style="endArrow=none;html=1;rounded=0;strokeWidth=3;entryX=0.289;entryY=0.995;entryDx=0;entryDy=0;entryPerimeter=0;strokeColor=none;" value="">
          <mxGeometry height="50" relative="1" width="50" as="geometry">
            <mxPoint x="410.18000000000006" y="432.95" as="sourcePoint" />
            <mxPoint x="410" y="522.5000000000001" as="targetPoint" />
          </mxGeometry>
        </mxCell>
        <mxCell id="P4z1W6zyqtdSm3awDH87-108" edge="1" parent="1" style="endArrow=none;html=1;rounded=0;strokeWidth=3;entryX=0.289;entryY=0.995;entryDx=0;entryDy=0;entryPerimeter=0;strokeColor=none;" value="">
          <mxGeometry height="50" relative="1" width="50" as="geometry">
            <mxPoint x="410.18000000000006" y="532.72" as="sourcePoint" />
            <mxPoint x="410" y="622.2700000000001" as="targetPoint" />
          </mxGeometry>
        </mxCell>
        <mxCell id="P4z1W6zyqtdSm3awDH87-109" edge="1" parent="1" style="endArrow=none;html=1;rounded=0;strokeWidth=3;entryX=0.289;entryY=0.995;entryDx=0;entryDy=0;entryPerimeter=0;strokeColor=none;" value="">
          <mxGeometry height="50" relative="1" width="50" as="geometry">
            <mxPoint x="410.18000000000006" y="632.5" as="sourcePoint" />
            <mxPoint x="410" y="722.0500000000001" as="targetPoint" />
          </mxGeometry>
        </mxCell>
        <mxCell id="P4z1W6zyqtdSm3awDH87-110" parent="1" style="rounded=1;whiteSpace=wrap;html=1;strokeWidth=2;container=0;fillColor=#d5e8d4;strokeColor=none;" value="&lt;font face=&quot;Comic Sans MS&quot;&gt;&lt;b&gt;Compiler-Level Optimizations&lt;/b&gt;&lt;/font&gt;" vertex="1">
          <mxGeometry height="30" width="120" x="420" y="345" as="geometry" />
        </mxCell>
        <mxCell id="P4z1W6zyqtdSm3awDH87-111" parent="1" style="rounded=1;whiteSpace=wrap;html=1;strokeWidth=2;container=0;fillColor=#d5e8d4;strokeColor=none;" value="&lt;font face=&quot;Comic Sans MS&quot;&gt;&lt;b&gt;Platform-Specific Deployment&lt;/b&gt;&lt;/font&gt;" vertex="1">
          <mxGeometry height="30" width="120" x="550" y="345" as="geometry" />
        </mxCell>
        <mxCell id="P4z1W6zyqtdSm3awDH87-112" parent="1" style="rounded=1;whiteSpace=wrap;html=1;strokeWidth=2;container=0;fillColor=#d5e8d4;strokeColor=none;" value="&lt;font face=&quot;Comic Sans MS&quot;&gt;&lt;b&gt;End-to-End Edge Deployment&amp;nbsp;&lt;/b&gt;&lt;/font&gt;" vertex="1">
          <mxGeometry height="30" width="120" x="480" y="385" as="geometry" />
        </mxCell>
        <mxCell id="P4z1W6zyqtdSm3awDH87-113" parent="1" style="text;html=1;whiteSpace=wrap;strokeColor=none;fillColor=none;align=center;verticalAlign=middle;rounded=0;container=0;" value="&lt;font face=&quot;Comic Sans MS&quot;&gt;&lt;span style=&quot;font-size: 13px;&quot;&gt;&lt;b&gt;Real-Time Inference Optimization&lt;/b&gt;&lt;/span&gt;&lt;/font&gt;" vertex="1">
          <mxGeometry height="20" width="104" x="300" y="462.5" as="geometry" />
        </mxCell>
        <mxCell id="HWx69ffex-x17Lno-qGl-1" parent="1" style="rounded=1;whiteSpace=wrap;html=1;strokeWidth=2;container=0;fillColor=#d5e8d4;strokeColor=none;" value="&lt;font face=&quot;Comic Sans MS&quot;&gt;&lt;b&gt;Diffusion Policy Acceleration&lt;/b&gt;&lt;/font&gt;" vertex="1">
          <mxGeometry height="30" width="120" x="420" y="442.5" as="geometry" />
        </mxCell>
        <mxCell id="HWx69ffex-x17Lno-qGl-3" parent="1" style="rounded=1;whiteSpace=wrap;html=1;strokeWidth=2;container=0;fillColor=#d5e8d4;strokeColor=none;" value="&lt;font face=&quot;Comic Sans MS&quot;&gt;&lt;b&gt;Action Chunking&lt;/b&gt;&lt;/font&gt;" vertex="1">
          <mxGeometry height="30" width="120" x="550" y="442.5" as="geometry" />
        </mxCell>
        <mxCell id="HWx69ffex-x17Lno-qGl-4" parent="1" style="rounded=1;whiteSpace=wrap;html=1;strokeWidth=2;container=0;fillColor=#d5e8d4;strokeColor=none;" value="&lt;font face=&quot;Comic Sans MS&quot;&gt;&lt;b&gt;Latency-Aware Switching&lt;/b&gt;&lt;/font&gt;" vertex="1">
          <mxGeometry height="30" width="120" x="550" y="482.5" as="geometry" />
        </mxCell>
        <mxCell id="HWx69ffex-x17Lno-qGl-5" parent="1" style="rounded=1;whiteSpace=wrap;html=1;strokeWidth=2;container=0;fillColor=#d5e8d4;strokeColor=none;" value="&lt;font face=&quot;Comic Sans MS&quot;&gt;&lt;b&gt;Early-Exit&amp;nbsp; Architectures&lt;/b&gt;&lt;/font&gt;" vertex="1">
          <mxGeometry height="30" width="120" x="420" y="482.5" as="geometry" />
        </mxCell>
+         <mxCell id="P4z1W6zyqtdSm3awDH87-12" parent="1" style="rounded=0;whiteSpace=wrap;html=1;strokeWidth=4;fillColor=light-dark(#7ea6e0, #1d293b);gradientColor=light-dark(#A9C4EB,#436697);strokeColor=none;container=0;" value="" vertex="1">
+           <mxGeometry height="568.75" width="160" x="-320" y="181.25" as="geometry" />
+         </mxCell>
+         <mxCell id="mN9CjeCU7Y2PogCVv73L-6" parent="1" style="rounded=1;whiteSpace=wrap;html=1;strokeWidth=2;fillColor=#dae8fc;strokeColor=none;container=0;" value="&lt;font style=&quot;font-size: 13px;&quot; face=&quot;Comic Sans MS&quot;&gt;&lt;b style=&quot;&quot;&gt;Training Paradigms&lt;/b&gt;&lt;/font&gt;" vertex="1">
+           <mxGeometry height="30" width="140" x="-310" y="336.25" as="geometry" />
+         </mxCell>
+         <mxCell id="mN9CjeCU7Y2PogCVv73L-5" parent="1" style="rounded=1;whiteSpace=wrap;html=1;strokeWidth=2;fillColor=#dae8fc;strokeColor=none;container=0;" value="&lt;font style=&quot;font-size: 13px;&quot; face=&quot;Comic Sans MS&quot;&gt;&lt;b style=&quot;&quot;&gt;Edge Hardware&lt;/b&gt;&lt;/font&gt;" vertex="1">
+           <mxGeometry height="30" width="140" x="-310" y="287.5" as="geometry" />
+         </mxCell>
+         <mxCell id="mN9CjeCU7Y2PogCVv73L-8" parent="1" style="rounded=1;whiteSpace=wrap;html=1;strokeWidth=2;fillColor=#dae8fc;strokeColor=none;container=0;" value="&lt;font style=&quot;font-size: 13px;&quot; face=&quot;Comic Sans MS&quot;&gt;&lt;b style=&quot;&quot;&gt;Compression Primitive&lt;/b&gt;&lt;/font&gt;" vertex="1">
+           <mxGeometry height="30" width="140" x="-310" y="385" as="geometry" />
+         </mxCell>
+         <mxCell id="mN9CjeCU7Y2PogCVv73L-4" parent="1" style="rounded=1;whiteSpace=wrap;html=1;strokeWidth=2;fillColor=#dae8fc;strokeColor=none;container=0;" value="&lt;font style=&quot;font-size: 13px;&quot; face=&quot;Comic Sans MS&quot;&gt;&lt;b style=&quot;&quot;&gt;Embodied AI Models&lt;/b&gt;&lt;/font&gt;" vertex="1">
+           <mxGeometry height="30" width="140" x="-310" y="237.5" as="geometry" />
+         </mxCell>
+         <mxCell id="mN9CjeCU7Y2PogCVv73L-2" parent="1" style="text;html=1;whiteSpace=wrap;strokeColor=none;fillColor=none;align=center;verticalAlign=middle;rounded=0;container=0;" value="&lt;font style=&quot;font-size: 17px;&quot; face=&quot;Comic Sans MS&quot;&gt;&lt;b style=&quot;&quot;&gt;§2 Background &amp;amp;&amp;nbsp;&lt;/b&gt;&lt;/font&gt;&lt;div&gt;&lt;font style=&quot;font-size: 17px;&quot; face=&quot;Comic Sans MS&quot;&gt;&lt;b style=&quot;&quot;&gt;Preliminaries&lt;/b&gt;&lt;/font&gt;&lt;/div&gt;" vertex="1">
+           <mxGeometry height="20" width="160" x="-310" y="190" as="geometry" />
+         </mxCell>
        <mxCell id="HWx69ffex-x17Lno-qGl-7" parent="1" style="text;html=1;whiteSpace=wrap;strokeColor=none;fillColor=none;align=center;verticalAlign=middle;rounded=0;container=0;" value="&lt;font face=&quot;Comic Sans MS&quot;&gt;&lt;span style=&quot;font-size: 13px;&quot;&gt;&lt;b&gt;On-Device Adaptation&lt;/b&gt;&lt;/span&gt;&lt;/font&gt;" vertex="1">
          <mxGeometry height="20" width="104" x="297" y="567.5" as="geometry" />
        </mxCell>
        <mxCell id="HWx69ffex-x17Lno-qGl-8" parent="1" style="rounded=1;whiteSpace=wrap;html=1;strokeWidth=2;container=0;fillColor=#d5e8d4;strokeColor=none;" value="&lt;font face=&quot;Comic Sans MS&quot;&gt;&lt;b&gt;Parameter-Efficient Tuning&lt;/b&gt;&lt;/font&gt;" vertex="1">
          <mxGeometry height="30" width="120" x="420" y="542.5" as="geometry" />
        </mxCell>
        <mxCell id="HWx69ffex-x17Lno-qGl-9" parent="1" style="rounded=1;whiteSpace=wrap;html=1;strokeWidth=2;container=0;fillColor=#d5e8d4;strokeColor=none;" value="&lt;font face=&quot;Comic Sans MS&quot;&gt;&lt;b&gt;On-Device Reinforcement Learning&lt;/b&gt;&lt;/font&gt;" vertex="1">
          <mxGeometry height="30" width="147.5" x="466.25" y="584" as="geometry" />
        </mxCell>
        <mxCell id="HWx69ffex-x17Lno-qGl-10" parent="1" style="rounded=1;whiteSpace=wrap;html=1;strokeWidth=2;container=0;fillColor=#d5e8d4;strokeColor=none;" value="&lt;font face=&quot;Comic Sans MS&quot;&gt;&lt;b&gt;Continual Learning on Edge Robots&lt;/b&gt;&lt;/font&gt;" vertex="1">
          <mxGeometry height="30" width="120" x="550" y="542.5" as="geometry" />
        </mxCell>
        <mxCell id="HWx69ffex-x17Lno-qGl-13" parent="1" style="text;html=1;whiteSpace=wrap;strokeColor=none;fillColor=none;align=center;verticalAlign=middle;rounded=0;container=0;" value="&lt;font face=&quot;Comic Sans MS&quot;&gt;&lt;span style=&quot;font-size: 13px;&quot;&gt;&lt;b&gt;Cloud-Edge Hybrid Architectures&lt;/b&gt;&lt;/span&gt;&lt;/font&gt;" vertex="1">
          <mxGeometry height="20" width="104" x="297" y="667.5" as="geometry" />
        </mxCell>
        <mxCell id="HWx69ffex-x17Lno-qGl-16" parent="1" style="rounded=1;whiteSpace=wrap;html=1;strokeWidth=2;container=0;fillColor=#d5e8d4;strokeColor=none;" value="&lt;font face=&quot;Comic Sans MS&quot;&gt;&lt;b&gt;VLA Cloud-Edge Splits&lt;/b&gt;&lt;/font&gt;" vertex="1">
          <mxGeometry height="30" width="120" x="420" y="642.5" as="geometry" />
        </mxCell>
        <mxCell id="HWx69ffex-x17Lno-qGl-17" parent="1" style="rounded=1;whiteSpace=wrap;html=1;strokeWidth=2;container=0;fillColor=#d5e8d4;strokeColor=none;" value="&lt;font face=&quot;Comic Sans MS&quot;&gt;&lt;b&gt;Multi-Agent Edge Systems&lt;/b&gt;&lt;/font&gt;" vertex="1">
          <mxGeometry height="30" width="120" x="550" y="642.5" as="geometry" />
        </mxCell>
        <mxCell id="HWx69ffex-x17Lno-qGl-18" parent="1" style="rounded=1;whiteSpace=wrap;html=1;strokeWidth=2;container=0;fillColor=#d5e8d4;strokeColor=none;" value="&lt;font face=&quot;Comic Sans MS&quot;&gt;&lt;b&gt;Pragmatic&lt;/b&gt;&lt;/font&gt;&lt;div&gt;&lt;font face=&quot;Comic Sans MS&quot;&gt;&lt;b&gt;Near-Term&lt;/b&gt;&lt;/font&gt;&lt;/div&gt;" vertex="1">
          <mxGeometry height="30" width="120" x="480" y="682.5" as="geometry" />
        </mxCell>
        <mxCell id="HWx69ffex-x17Lno-qGl-21" parent="1" style="text;html=1;whiteSpace=wrap;strokeColor=none;fillColor=none;align=center;verticalAlign=middle;rounded=0;container=0;" value="&lt;font style=&quot;font-size: 17px;&quot; face=&quot;Comic Sans MS&quot;&gt;&lt;b style=&quot;&quot;&gt;§4 Efficient Inference and Edge Deployment&lt;/b&gt;&lt;/font&gt;" vertex="1">
          <mxGeometry height="20" width="390" x="290" y="208.75" as="geometry" />
        </mxCell>
        <mxCell id="HWx69ffex-x17Lno-qGl-22" parent="1" style="text;html=1;whiteSpace=wrap;strokeColor=none;fillColor=none;align=center;verticalAlign=middle;rounded=0;" value="&lt;font style=&quot;font-size: 17px;&quot; face=&quot;Comic Sans MS&quot;&gt;&lt;b style=&quot;&quot;&gt;§5 Efficient Data Collection&lt;/b&gt;&lt;/font&gt;" vertex="1">
          <mxGeometry height="20" width="260" x="780" y="207.5" as="geometry" />
        </mxCell>
        <mxCell id="HWx69ffex-x17Lno-qGl-23" parent="1" style="rounded=0;whiteSpace=wrap;html=1;strokeWidth=3;fillColor=#E8B2BF;strokeColor=none;" value="" vertex="1">
          <mxGeometry height="90" width="390" x="715" y="237.5" as="geometry" />
        </mxCell>
        <mxCell id="HWx69ffex-x17Lno-qGl-24" edge="1" parent="1" style="endArrow=none;html=1;rounded=0;strokeWidth=3;entryX=0.289;entryY=0.995;entryDx=0;entryDy=0;entryPerimeter=0;strokeColor=none;" value="">
          <mxGeometry height="50" relative="1" width="50" as="geometry">
            <mxPoint x="835.1799999999998" y="237.95" as="sourcePoint" />
            <mxPoint x="835" y="327.50000000000006" as="targetPoint" />
          </mxGeometry>
        </mxCell>
        <mxCell id="HWx69ffex-x17Lno-qGl-25" parent="1" style="rounded=0;whiteSpace=wrap;html=1;strokeWidth=3;fillColor=light-dark(#e8b2bf, #ededed);strokeColor=none;" value="" vertex="1">
          <mxGeometry height="90" width="390" x="715" y="496.25" as="geometry" />
        </mxCell>
        <mxCell id="HWx69ffex-x17Lno-qGl-26" edge="1" parent="1" style="endArrow=none;html=1;rounded=0;strokeWidth=3;entryX=0.289;entryY=0.995;entryDx=0;entryDy=0;entryPerimeter=0;strokeColor=none;" value="">
          <mxGeometry height="50" relative="1" width="50" as="geometry">
            <mxPoint x="835.1799999999998" y="496.7" as="sourcePoint" />
            <mxPoint x="835" y="586.25" as="targetPoint" />
          </mxGeometry>
        </mxCell>
        <mxCell id="HWx69ffex-x17Lno-qGl-27" parent="1" style="rounded=0;whiteSpace=wrap;html=1;strokeWidth=3;fillColor=light-dark(#e8b2bf, #ededed);strokeColor=none;" value="" vertex="1">
          <mxGeometry height="90" width="390" x="715" y="366.25" as="geometry" />
        </mxCell>
        <mxCell id="HWx69ffex-x17Lno-qGl-28" edge="1" parent="1" style="endArrow=none;html=1;rounded=0;strokeWidth=3;entryX=0.289;entryY=0.995;entryDx=0;entryDy=0;entryPerimeter=0;strokeColor=none;" value="">
          <mxGeometry height="50" relative="1" width="50" as="geometry">
            <mxPoint x="835.1799999999998" y="366.7" as="sourcePoint" />
            <mxPoint x="835" y="456.25000000000006" as="targetPoint" />
          </mxGeometry>
        </mxCell>
        <mxCell id="HWx69ffex-x17Lno-qGl-31" parent="1" style="rounded=0;whiteSpace=wrap;html=1;strokeWidth=3;fillColor=light-dark(#e8b2bf, #ededed);strokeColor=none;" value="" vertex="1">
          <mxGeometry height="90" width="390" x="715" y="628.75" as="geometry" />
        </mxCell>
        <mxCell id="HWx69ffex-x17Lno-qGl-32" edge="1" parent="1" style="endArrow=none;html=1;rounded=0;strokeWidth=3;entryX=0.289;entryY=0.995;entryDx=0;entryDy=0;entryPerimeter=0;strokeColor=none;" value="">
          <mxGeometry height="50" relative="1" width="50" as="geometry">
            <mxPoint x="835.1799999999998" y="629.2" as="sourcePoint" />
            <mxPoint x="835" y="718.75" as="targetPoint" />
          </mxGeometry>
        </mxCell>
        <mxCell id="HWx69ffex-x17Lno-qGl-34" parent="1" style="text;html=1;whiteSpace=wrap;strokeColor=none;fillColor=none;align=center;verticalAlign=middle;rounded=0;container=0;" value="&lt;b style=&quot;font-size: 13px;&quot;&gt;&lt;font face=&quot;Comic Sans MS&quot;&gt;Data-Efficient Learning&lt;/font&gt;&lt;/b&gt;" vertex="1">
          <mxGeometry height="20" width="104" x="725" y="272.5" as="geometry" />
        </mxCell>
        <mxCell id="HWx69ffex-x17Lno-qGl-35" parent="1" style="rounded=1;whiteSpace=wrap;html=1;strokeWidth=2;container=0;fillColor=#f8cecc;strokeColor=none;" value="&lt;b&gt;&lt;font face=&quot;Comic Sans MS&quot;&gt;Large-Scale Pre-Training&lt;/font&gt;&lt;/b&gt;" vertex="1">
          <mxGeometry height="30" width="120" x="975" y="247.5" as="geometry" />
        </mxCell>
        <mxCell id="HWx69ffex-x17Lno-qGl-37" parent="1" style="rounded=1;whiteSpace=wrap;html=1;strokeWidth=2;container=0;fillColor=#f8cecc;strokeColor=none;" value="&lt;font face=&quot;Comic Sans MS&quot;&gt;&lt;b&gt;Few-Shot Learning&lt;/b&gt;&lt;/font&gt;" vertex="1">
          <mxGeometry height="30" width="120" x="845" y="247.5" as="geometry" />
        </mxCell>
        <mxCell id="HWx69ffex-x17Lno-qGl-38" parent="1" style="rounded=1;whiteSpace=wrap;html=1;strokeWidth=2;container=0;fillColor=#f8cecc;strokeColor=none;" value="&lt;b&gt;&lt;font face=&quot;Comic Sans MS&quot;&gt;Offline RL&lt;/font&gt;&lt;/b&gt;" vertex="1">
          <mxGeometry height="30" width="120" x="845" y="287.5" as="geometry" />
        </mxCell>
        <mxCell id="HWx69ffex-x17Lno-qGl-39" parent="1" style="rounded=1;whiteSpace=wrap;html=1;strokeWidth=2;container=0;fillColor=#f8cecc;strokeColor=none;" value="&lt;b&gt;&lt;font face=&quot;Comic Sans MS&quot;&gt;Foundation Model Transfer&lt;/font&gt;&lt;/b&gt;" vertex="1">
          <mxGeometry height="30" width="120" x="975" y="287.5" as="geometry" />
        </mxCell>
        <mxCell id="HWx69ffex-x17Lno-qGl-40" parent="1" style="text;html=1;whiteSpace=wrap;strokeColor=none;fillColor=none;align=center;verticalAlign=middle;rounded=0;container=0;" value="&lt;b style=&quot;font-size: 13px;&quot;&gt;&lt;font face=&quot;Comic Sans MS&quot;&gt;Simulation Transfer&lt;/font&gt;&lt;/b&gt;" vertex="1">
          <mxGeometry height="20" width="104" x="725" y="401.25" as="geometry" />
        </mxCell>
        <mxCell id="HWx69ffex-x17Lno-qGl-41" parent="1" style="text;html=1;whiteSpace=wrap;strokeColor=none;fillColor=none;align=center;verticalAlign=middle;rounded=0;container=0;" value="&lt;font face=&quot;Comic Sans MS&quot;&gt;&lt;span style=&quot;font-size: 13px;&quot;&gt;&lt;b&gt;Synthetic Data and Augmentation&lt;/b&gt;&lt;/span&gt;&lt;/font&gt;" vertex="1">
          <mxGeometry height="20" width="104" x="725" y="663.75" as="geometry" />
        </mxCell>
        <mxCell id="HWx69ffex-x17Lno-qGl-42" parent="1" style="text;html=1;whiteSpace=wrap;strokeColor=none;fillColor=none;align=center;verticalAlign=middle;rounded=0;container=0;" value="&lt;font face=&quot;Comic Sans MS&quot;&gt;&lt;span style=&quot;font-size: 13px;&quot;&gt;&lt;b&gt;Efficient Collection&lt;/b&gt;&lt;/span&gt;&lt;/font&gt;" vertex="1">
          <mxGeometry height="20" width="104" x="725" y="531.25" as="geometry" />
        </mxCell>
        <mxCell id="HWx69ffex-x17Lno-qGl-43" parent="1" style="rounded=1;whiteSpace=wrap;html=1;strokeWidth=2;container=0;fillColor=#f8cecc;strokeColor=none;" value="&lt;font face=&quot;Comic Sans MS&quot;&gt;&lt;b&gt;Domain Randomization&lt;/b&gt;&lt;/font&gt;" vertex="1">
          <mxGeometry height="30" width="120" x="845" y="376.25" as="geometry" />
        </mxCell>
        <mxCell id="HWx69ffex-x17Lno-qGl-44" parent="1" style="rounded=1;whiteSpace=wrap;html=1;strokeWidth=2;container=0;fillColor=#f8cecc;strokeColor=none;" value="&lt;font face=&quot;Comic Sans MS&quot;&gt;&lt;b&gt;Procedural Generation&lt;/b&gt;&lt;/font&gt;" vertex="1">
          <mxGeometry height="30" width="120" x="905" y="416.25" as="geometry" />
        </mxCell>
        <mxCell id="HWx69ffex-x17Lno-qGl-45" parent="1" style="rounded=1;whiteSpace=wrap;html=1;strokeWidth=2;container=0;fillColor=#f8cecc;strokeColor=none;" value="&lt;font face=&quot;Comic Sans MS&quot;&gt;&lt;b&gt;Domain Adaptation&lt;/b&gt;&lt;/font&gt;" vertex="1">
          <mxGeometry height="30" width="120" x="975" y="376.25" as="geometry" />
        </mxCell>
        <mxCell id="HWx69ffex-x17Lno-qGl-46" parent="1" style="rounded=1;whiteSpace=wrap;html=1;strokeWidth=2;container=0;fillColor=#f8cecc;strokeColor=none;" value="&lt;font face=&quot;Comic Sans MS&quot;&gt;&lt;b&gt;Low-Cost Teleoperation&lt;/b&gt;&lt;/font&gt;" vertex="1">
          <mxGeometry height="30" width="120" x="845" y="506.25" as="geometry" />
        </mxCell>
        <mxCell id="HWx69ffex-x17Lno-qGl-47" parent="1" style="rounded=1;whiteSpace=wrap;html=1;strokeWidth=2;container=0;fillColor=#f8cecc;strokeColor=none;" value="&lt;font face=&quot;Comic Sans MS&quot;&gt;&lt;b&gt;Data Reuse and Sharing&lt;/b&gt;&lt;/font&gt;" vertex="1">
          <mxGeometry height="30" width="120" x="975" y="546.25" as="geometry" />
        </mxCell>
        <mxCell id="HWx69ffex-x17Lno-qGl-48" parent="1" style="rounded=1;whiteSpace=wrap;html=1;strokeWidth=2;container=0;fillColor=#f8cecc;strokeColor=none;" value="&lt;font face=&quot;Comic Sans MS&quot;&gt;&lt;b&gt;Autonomous Collection&lt;/b&gt;&lt;/font&gt;" vertex="1">
          <mxGeometry height="30" width="120" x="845" y="546.25" as="geometry" />
        </mxCell>
        <mxCell id="HWx69ffex-x17Lno-qGl-49" parent="1" style="rounded=1;whiteSpace=wrap;html=1;strokeWidth=2;container=0;fillColor=#f8cecc;strokeColor=none;" value="&lt;font face=&quot;Comic Sans MS&quot;&gt;&lt;b&gt;Learning from Human Video&lt;/b&gt;&lt;/font&gt;" vertex="1">
          <mxGeometry height="30" width="120" x="975" y="506.25" as="geometry" />
        </mxCell>
        <mxCell id="HWx69ffex-x17Lno-qGl-50" parent="1" style="rounded=1;whiteSpace=wrap;html=1;strokeWidth=2;container=0;fillColor=#f8cecc;strokeColor=none;" value="&lt;font face=&quot;Comic Sans MS&quot;&gt;&lt;b&gt;Synthesizing from Internet&lt;/b&gt;&lt;/font&gt;" vertex="1">
          <mxGeometry height="30" width="120" x="905" y="678.75" as="geometry" />
        </mxCell>
        <mxCell id="HWx69ffex-x17Lno-qGl-51" parent="1" style="rounded=1;whiteSpace=wrap;html=1;strokeWidth=2;container=0;fillColor=#f8cecc;strokeColor=none;" value="&lt;font face=&quot;Comic Sans MS&quot;&gt;&lt;b&gt;LLM-Driven Imaginary&lt;/b&gt;&lt;/font&gt;" vertex="1">
          <mxGeometry height="30" width="120" x="975" y="638.75" as="geometry" />
        </mxCell>
        <mxCell id="HWx69ffex-x17Lno-qGl-52" parent="1" style="rounded=1;whiteSpace=wrap;html=1;strokeWidth=2;container=0;fillColor=#f8cecc;strokeColor=none;" value="&lt;font face=&quot;Comic Sans MS&quot;&gt;&lt;b&gt;Video Diffusion&lt;/b&gt;&lt;/font&gt;" vertex="1">
          <mxGeometry height="30" width="120" x="845" y="638.75" as="geometry" />
        </mxCell>
        <mxCell id="HWx69ffex-x17Lno-qGl-62" parent="1" style="rounded=1;whiteSpace=wrap;html=1;strokeWidth=2;container=0;fillColor=#e1d5e7;strokeColor=none;" value="&lt;font face=&quot;Comic Sans MS&quot;&gt;&lt;b&gt;Autonomous Driving&lt;/b&gt;&lt;/font&gt;" vertex="1">
          <mxGeometry height="30" width="120" x="-133" y="815" as="geometry" />
        </mxCell>
        <mxCell id="HWx69ffex-x17Lno-qGl-63" parent="1" style="rounded=1;whiteSpace=wrap;html=1;strokeWidth=2;container=0;fillColor=#e1d5e7;strokeColor=none;" value="&lt;font face=&quot;Comic Sans MS&quot;&gt;&lt;b&gt;Healthcare and Surgical Robotics&lt;/b&gt;&lt;/font&gt;" vertex="1">
          <mxGeometry height="30" width="120" x="-133" y="855" as="geometry" />
        </mxCell>
        <mxCell id="HWx69ffex-x17Lno-qGl-64" parent="1" style="rounded=1;whiteSpace=wrap;html=1;strokeWidth=2;container=0;fillColor=#e1d5e7;strokeColor=none;" value="&lt;font face=&quot;Comic Sans MS&quot;&gt;&lt;b&gt;Agricultural Robotics&lt;/b&gt;&lt;/font&gt;" vertex="1">
          <mxGeometry height="30" width="120" x="253" y="815" as="geometry" />
        </mxCell>
        <mxCell id="HWx69ffex-x17Lno-qGl-65" parent="1" style="rounded=1;whiteSpace=wrap;html=1;strokeWidth=2;container=0;fillColor=#e1d5e7;strokeColor=none;" value="&lt;font face=&quot;Comic Sans MS&quot;&gt;&lt;b&gt;Warehouse and Logistics&lt;/b&gt;&lt;/font&gt;" vertex="1">
          <mxGeometry height="30" width="120" x="127" y="815" as="geometry" />
        </mxCell>
        <mxCell id="HWx69ffex-x17Lno-qGl-66" parent="1" style="rounded=1;whiteSpace=wrap;html=1;strokeWidth=2;container=0;fillColor=#e1d5e7;strokeColor=none;" value="&lt;font face=&quot;Comic Sans MS&quot;&gt;&lt;b&gt;Home Service Robotics&lt;/b&gt;&lt;/font&gt;" vertex="1">
          <mxGeometry height="30" width="120" x="-3" y="855" as="geometry" />
        </mxCell>
        <mxCell id="HWx69ffex-x17Lno-qGl-67" parent="1" style="rounded=1;whiteSpace=wrap;html=1;strokeWidth=2;container=0;fillColor=#e1d5e7;strokeColor=none;" value="&lt;font face=&quot;Comic Sans MS&quot;&gt;&lt;b&gt;Industrial Manufacturing&lt;/b&gt;&lt;/font&gt;" vertex="1">
          <mxGeometry height="30" width="120" x="-2" y="815" as="geometry" />
        </mxCell>
        <mxCell id="HWx69ffex-x17Lno-qGl-69" parent="1" style="rounded=1;whiteSpace=wrap;html=1;strokeWidth=2;container=0;fillColor=#e1d5e7;strokeColor=none;" value="&lt;font face=&quot;Comic Sans MS&quot;&gt;&lt;b&gt;Inspection and Infrastructure&lt;/b&gt;&lt;/font&gt;" vertex="1">
          <mxGeometry height="30" width="120" x="253" y="855" as="geometry" />
        </mxCell>
        <mxCell id="HWx69ffex-x17Lno-qGl-70" parent="1" style="rounded=1;whiteSpace=wrap;html=1;strokeWidth=2;container=0;fillColor=#e1d5e7;strokeColor=none;" value="&lt;font face=&quot;Comic Sans MS&quot;&gt;&lt;b&gt;Construction Robotics&lt;/b&gt;&lt;/font&gt;" vertex="1">
          <mxGeometry height="30" width="120" x="127" y="855" as="geometry" />
        </mxCell>
        <mxCell id="HWx69ffex-x17Lno-qGl-73" parent="1" style="rounded=1;whiteSpace=wrap;html=1;strokeWidth=2;container=0;fillColor=#C6F8EF;strokeColor=none;gradientColor=none;" value="&lt;font face=&quot;Comic Sans MS&quot;&gt;&lt;b&gt;Simulation Platforms&lt;/b&gt;&lt;/font&gt;" vertex="1">
          <mxGeometry height="30" width="120" x="391" y="815" as="geometry" />
        </mxCell>
        <mxCell id="HWx69ffex-x17Lno-qGl-74" parent="1" style="rounded=1;whiteSpace=wrap;html=1;strokeWidth=2;container=0;fillColor=#C6F8EF;strokeColor=none;gradientColor=none;" value="&lt;font face=&quot;Comic Sans MS&quot;&gt;&lt;b&gt;Manipulation Benchmarks&lt;/b&gt;&lt;/font&gt;" vertex="1">
          <mxGeometry height="30" width="120" x="520" y="815" as="geometry" />
        </mxCell>
        <mxCell id="HWx69ffex-x17Lno-qGl-75" parent="1" style="rounded=1;whiteSpace=wrap;html=1;strokeWidth=2;container=0;fillColor=#C6F8EF;strokeColor=none;gradientColor=none;" value="&lt;font face=&quot;Comic Sans MS&quot;&gt;&lt;b&gt;Large-Scale Datasets&lt;/b&gt;&lt;/font&gt;" vertex="1">
          <mxGeometry height="30" width="120" x="650" y="815" as="geometry" />
        </mxCell>
        <mxCell id="HWx69ffex-x17Lno-qGl-76" parent="1" style="rounded=1;whiteSpace=wrap;html=1;strokeWidth=2;container=0;fillColor=#C6F8EF;strokeColor=none;gradientColor=none;" value="&lt;font face=&quot;Comic Sans MS&quot;&gt;&lt;b&gt;Efficiency Benchmarks&lt;/b&gt;&lt;/font&gt;" vertex="1">
          <mxGeometry height="30" width="120" x="580" y="855" as="geometry" />
        </mxCell>
        <mxCell id="HWx69ffex-x17Lno-qGl-77" parent="1" style="rounded=1;whiteSpace=wrap;html=1;strokeWidth=2;container=0;fillColor=#C6F8EF;strokeColor=none;gradientColor=none;" value="&lt;font face=&quot;Comic Sans MS&quot;&gt;&lt;b&gt;Sim-to-Real Evaluation&lt;/b&gt;&lt;/font&gt;" vertex="1">
          <mxGeometry height="30" width="120" x="450" y="855" as="geometry" />
        </mxCell>
        <mxCell id="HWx69ffex-x17Lno-qGl-87" parent="1" style="rounded=0;whiteSpace=wrap;html=1;strokeWidth=4;container=0;fillColor=#999999;gradientColor=#FFFFFF;strokeColor=none;" value="" vertex="1">
          <mxGeometry height="50" width="314.5" x="815.5" y="845" as="geometry" />
        </mxCell>
        <mxCell id="HWx69ffex-x17Lno-qGl-88" parent="1" style="text;html=1;whiteSpace=wrap;strokeColor=none;fillColor=none;align=center;verticalAlign=middle;rounded=0;" value="&lt;font face=&quot;Comic Sans MS&quot;&gt;&lt;span style=&quot;font-size: 20px;&quot;&gt;&lt;b&gt;§9 Challenges &amp;amp; Future Works&lt;/b&gt;&lt;/span&gt;&lt;/font&gt;" vertex="1">
          <mxGeometry height="20" width="304.5" x="820.5" y="860" as="geometry" />
        </mxCell>
        <mxCell id="HWx69ffex-x17Lno-qGl-257" parent="1" style="html=1;shadow=0;dashed=0;align=center;verticalAlign=middle;shape=mxgraph.arrows2.arrow;dy=0;dx=13.68;notch=12.36;rounded=0;strokeColor=none;strokeWidth=4;fontFamily=Helvetica;fontSize=12;fontColor=default;fillColor=#000000;rotation=90;" value="" vertex="1">
-           <mxGeometry height="37.24" width="25.49" x="310" y="732.5" as="geometry" />
+           <mxGeometry height="37.24" width="25.49" x="280" y="732.5" as="geometry" />
        </mxCell>
        <mxCell id="HWx69ffex-x17Lno-qGl-263" parent="1" style="html=1;shadow=0;dashed=0;align=center;verticalAlign=middle;shape=mxgraph.arrows2.arrow;dy=0;dx=13.68;notch=12.36;rounded=0;strokeColor=none;strokeWidth=4;fontFamily=Helvetica;fontSize=12;fontColor=default;fillColor=#000000;rotation=0;" value="" vertex="1">
          <mxGeometry height="37.24" width="25.49" x="780.005" y="807.755" as="geometry" />
        </mxCell>
        <mxCell id="HWx69ffex-x17Lno-qGl-271" parent="1" style="html=1;shadow=0;dashed=0;align=center;verticalAlign=middle;shape=mxgraph.arrows2.arrow;dy=0;dx=13.68;notch=12.36;rounded=0;strokeColor=none;strokeWidth=4;fontFamily=Helvetica;fontSize=12;fontColor=default;fillColor=#000000;rotation=90;" value="" vertex="1">
-           <mxGeometry height="37.24" width="25.49" x="952.255" y="730.005" as="geometry" />
+           <mxGeometry height="37.24" width="25.49" x="960.005" y="731.375" as="geometry" />
        </mxCell>
      </root>
    </mxGraphModel>
  </diagram>
</mxfile>
